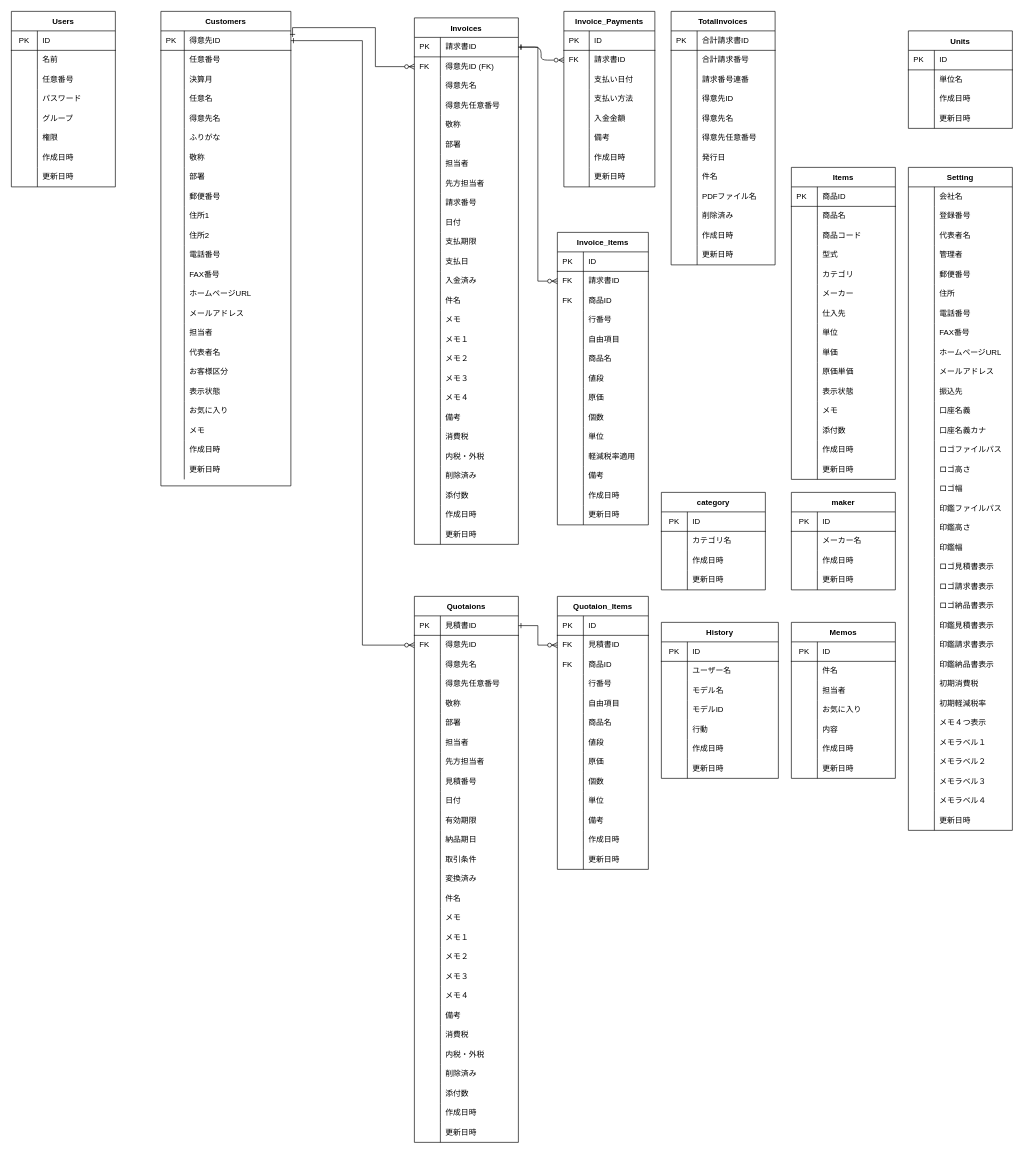
The draw.io diagram soho_er.dio in gamasenninn/caddie-clone, before the edit. Source tidied: cells renumbered, new cells numbered last; positions are measured from the earlier drawing's top-left corner, leaving out a move shared by most shapes. Both pictures are drawn from the tidied source at 65%, with x=0, y=0 at pixel (11, 11).
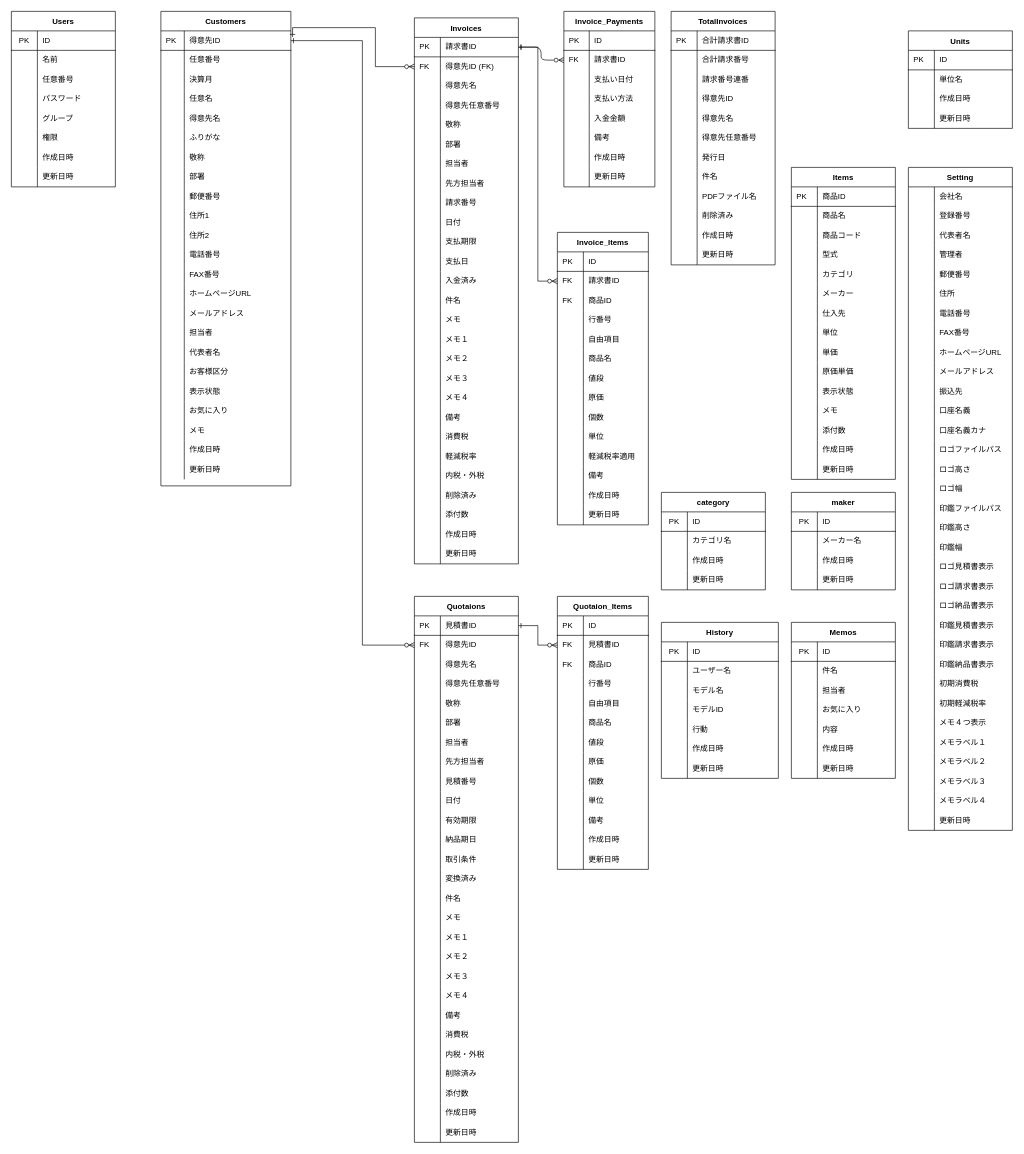
Above is the later version.

What changed in the source:
```diff
@@
-<mxGraphModel>
+<mxGraphModel background="#ffffff">
@@
     <mxCell id="118" value="Invoices" style="shape=table;startSize=30;childLayout=tableLayout;rowLines=0;fontStyle=1;align=center;" parent="1" vertex="1">
-      <mxGeometry x="620" y="10" width="160" height="810" as="geometry" />
+      <mxGeometry x="620" y="10" width="160" height="840" as="geometry" />
     </mxCell>
@@
+    <mxCell id="637" style="shape=partialRectangle;html=1;whiteSpace=wrap;fillColor=none;top=0;left=0;bottom=0;right=0;" parent="118" vertex="1">
+      <mxGeometry y="660" width="160" height="30" as="geometry" />
+    </mxCell>
+    <mxCell id="638" style="shape=partialRectangle;html=1;whiteSpace=wrap;fillColor=none;top=0;left=0;bottom=0;right=0;align=left;spacingLeft=6;overflow=hidden;" parent="637" vertex="1">
+      <mxGeometry width="40" height="30" as="geometry" />
+    </mxCell>
+    <mxCell id="639" value="軽減税率" style="shape=partialRectangle;html=1;whiteSpace=wrap;fillColor=none;top=0;left=0;bottom=0;right=0;align=left;spacingLeft=6;overflow=hidden;" parent="637" vertex="1">
+      <mxGeometry x="40" width="120" height="30" as="geometry" />
+    </mxCell>
     <mxCell id="182" style="shape=partialRectangle;html=1;whiteSpace=wrap;fillColor=none;top=0;left=0;bottom=0;right=0;" parent="118" vertex="1">
-      <mxGeometry y="660" width="160" height="30" as="geometry" />
+      <mxGeometry y="690" width="160" height="30" as="geometry" />
     </mxCell>
@@
     <mxCell id="185" style="shape=partialRectangle;html=1;whiteSpace=wrap;fillColor=none;top=0;left=0;bottom=0;right=0;" parent="118" vertex="1">
-      <mxGeometry y="690" width="160" height="30" as="geometry" />
+      <mxGeometry y="720" width="160" height="30" as="geometry" />
     </mxCell>
@@
     <mxCell id="188" style="shape=partialRectangle;html=1;whiteSpace=wrap;fillColor=none;top=0;left=0;bottom=0;right=0;" parent="118" vertex="1">
-      <mxGeometry y="720" width="160" height="30" as="geometry" />
+      <mxGeometry y="750" width="160" height="30" as="geometry" />
     </mxCell>
@@
     <mxCell id="191" style="shape=partialRectangle;html=1;whiteSpace=wrap;fillColor=none;top=0;left=0;bottom=0;right=0;" parent="118" vertex="1">
-      <mxGeometry y="750" width="160" height="30" as="geometry" />
+      <mxGeometry y="780" width="160" height="30" as="geometry" />
     </mxCell>
@@
     <mxCell id="194" style="shape=partialRectangle;html=1;whiteSpace=wrap;fillColor=none;top=0;left=0;bottom=0;right=0;" parent="118" vertex="1">
-      <mxGeometry y="780" width="160" height="30" as="geometry" />
+      <mxGeometry y="810" width="160" height="30" as="geometry" />
     </mxCell>
```
